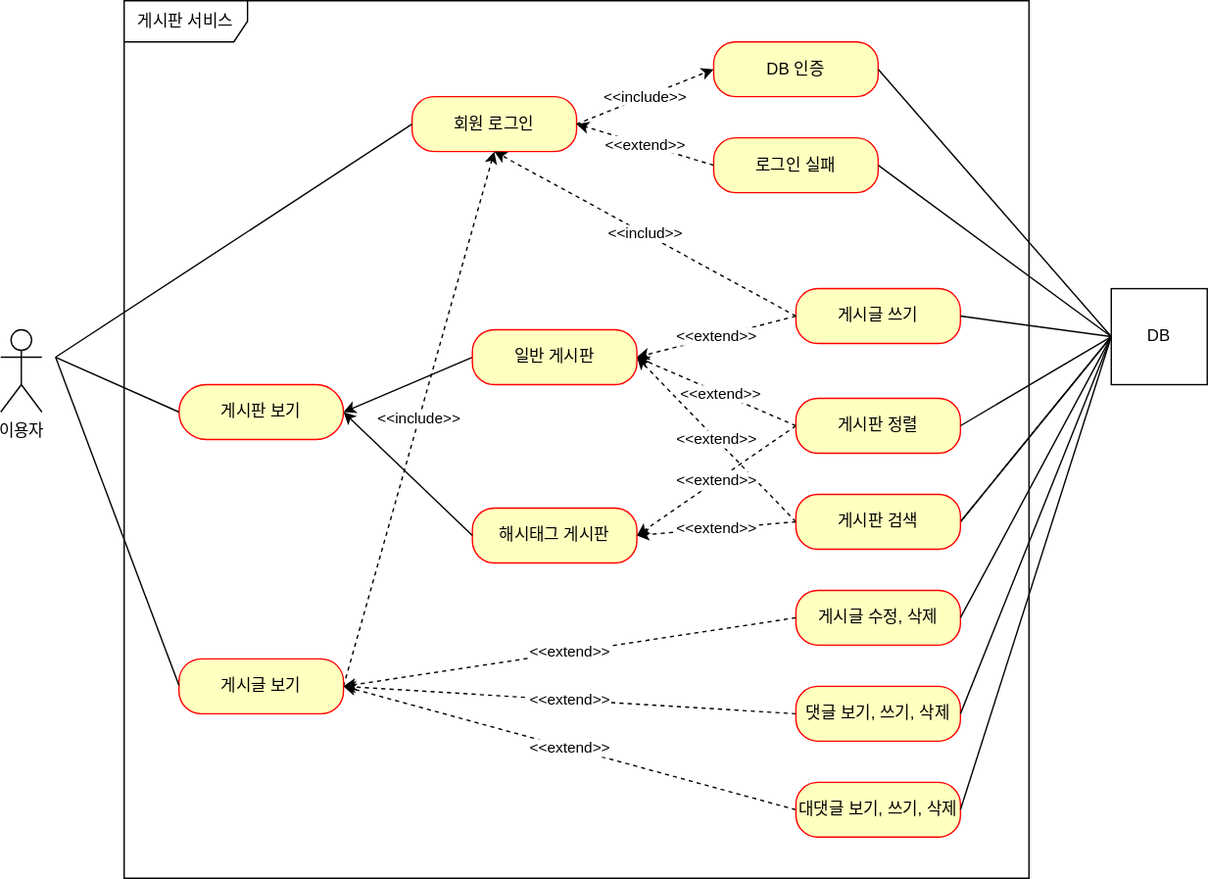
Earlier version of the draw.io export documents/use-case.svg (emsthf/board). Source tidied: cells renumbered, new cells last; positions are measured from the earlier drawing's top-left corner, leaving out a move shared by most shapes.
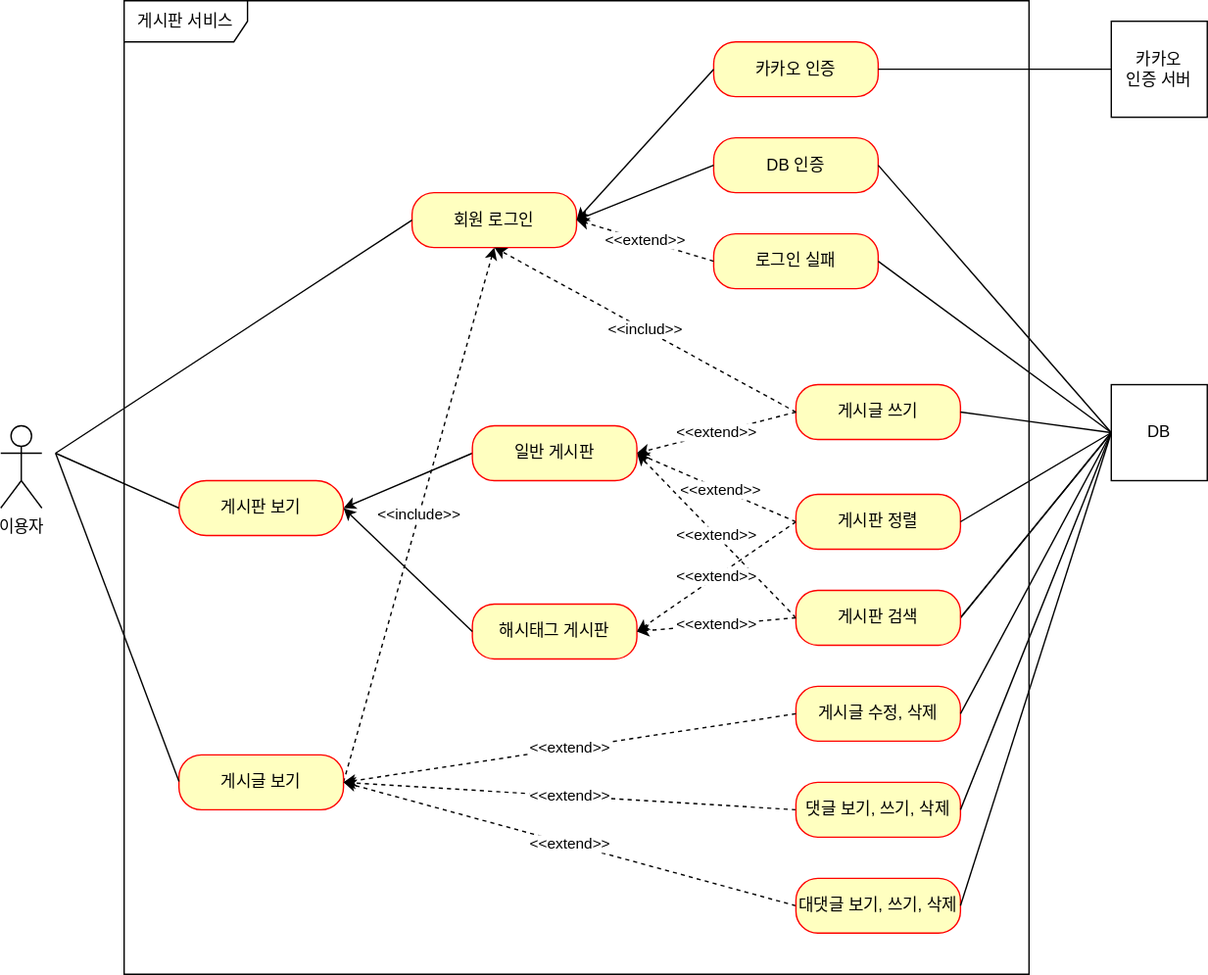
The same diagram one commit later.

Commit message:
#49 - 카카오 인증 usecase 업데이트

Diff of the diagram source:
```diff
@@ -6,7 +6,7 @@
       <mxGeometry y="240" width="30" height="60" as="geometry" />
     </mxCell>
     <mxCell id="3" value="게시판 서비스" style="shape=umlFrame;whiteSpace=wrap;html=1;width=90;height=30;" parent="1" vertex="1">
-      <mxGeometry x="90" width="660" height="640" as="geometry" />
+      <mxGeometry x="90" y="-70" width="660" height="710" as="geometry" />
     </mxCell>
     <mxCell id="4" value="게시판 보기" style="rounded=1;whiteSpace=wrap;html=1;arcSize=50;fontColor=#000000;fillColor=#ffffc0;strokeColor=#ff0000;" parent="1" vertex="1">
       <mxGeometry x="130" y="280" width="120" height="40" as="geometry" />
@@ -60,7 +60,7 @@
         <mxPoint x="40" y="260" as="targetPoint" />
       </mxGeometry>
     </mxCell>
-    <mxCell id="19" value="&amp;lt;&amp;lt;include&amp;gt;&amp;gt;" style="rounded=0;jettySize=auto;html=1;endArrow=classic;endFill=1;dashed=1;entryX=0;entryY=0.5;entryDx=0;entryDy=0;exitX=1;exitY=0.5;exitDx=0;exitDy=0;" parent="1" edge="1" source="7" target="8">
+    <mxCell id="19" style="rounded=0;jettySize=auto;html=1;endArrow=classic;endFill=1;exitX=0;exitY=0.5;exitDx=0;exitDy=0;entryX=1;entryY=0.5;entryDx=0;entryDy=0;" parent="1" edge="1" source="8" target="7">
       <mxGeometry relative="1" as="geometry" />
     </mxCell>
     <mxCell id="20" value="&amp;lt;&amp;lt;extend&amp;gt;&amp;gt;" style="rounded=0;jettySize=auto;html=1;exitX=0;exitY=0.5;exitDx=0;exitDy=0;endArrow=classic;endFill=1;dashed=1;entryX=1;entryY=0.5;entryDx=0;entryDy=0;" parent="1" edge="1" source="9" target="7">
@@ -138,5 +138,17 @@
     <mxCell id="44" value="&amp;lt;&amp;lt;includ&amp;gt;&amp;gt;" style="rounded=0;jettySize=auto;html=1;exitX=0;exitY=0.5;exitDx=0;exitDy=0;dashed=1;entryX=0.5;entryY=1;entryDx=0;entryDy=0;" parent="1" edge="1" source="27" target="7">
       <mxGeometry relative="1" as="geometry" />
     </mxCell>
+    <mxCell id="45" value="카카오 인증" style="rounded=1;whiteSpace=wrap;html=1;arcSize=40;fontColor=#000000;fillColor=#ffffc0;strokeColor=#ff0000;" parent="1" vertex="1">
+      <mxGeometry x="520" y="-40" width="120" height="40" as="geometry" />
+    </mxCell>
+    <mxCell id="46" value="카카오&lt;br&gt;인증 서버" style="html=1;whiteSpace=wrap;" parent="1" vertex="1">
+      <mxGeometry x="810" y="-55" width="70" height="70" as="geometry" />
+    </mxCell>
+    <mxCell id="47" style="rounded=0;jettySize=auto;html=1;entryX=1;entryY=0.5;entryDx=0;entryDy=0;endArrow=none;endFill=0;exitX=0;exitY=0.5;exitDx=0;exitDy=0;" parent="1" edge="1" source="46" target="45">
+      <mxGeometry relative="1" as="geometry" />
+    </mxCell>
+    <mxCell id="48" style="rounded=0;jettySize=auto;html=1;endArrow=classic;endFill=1;entryX=1;entryY=0.5;entryDx=0;entryDy=0;exitX=0;exitY=0.5;exitDx=0;exitDy=0;" parent="1" edge="1" source="45" target="7">
+      <mxGeometry relative="1" as="geometry" />
+    </mxCell>
   </root>
 </mxGraphModel>
```
